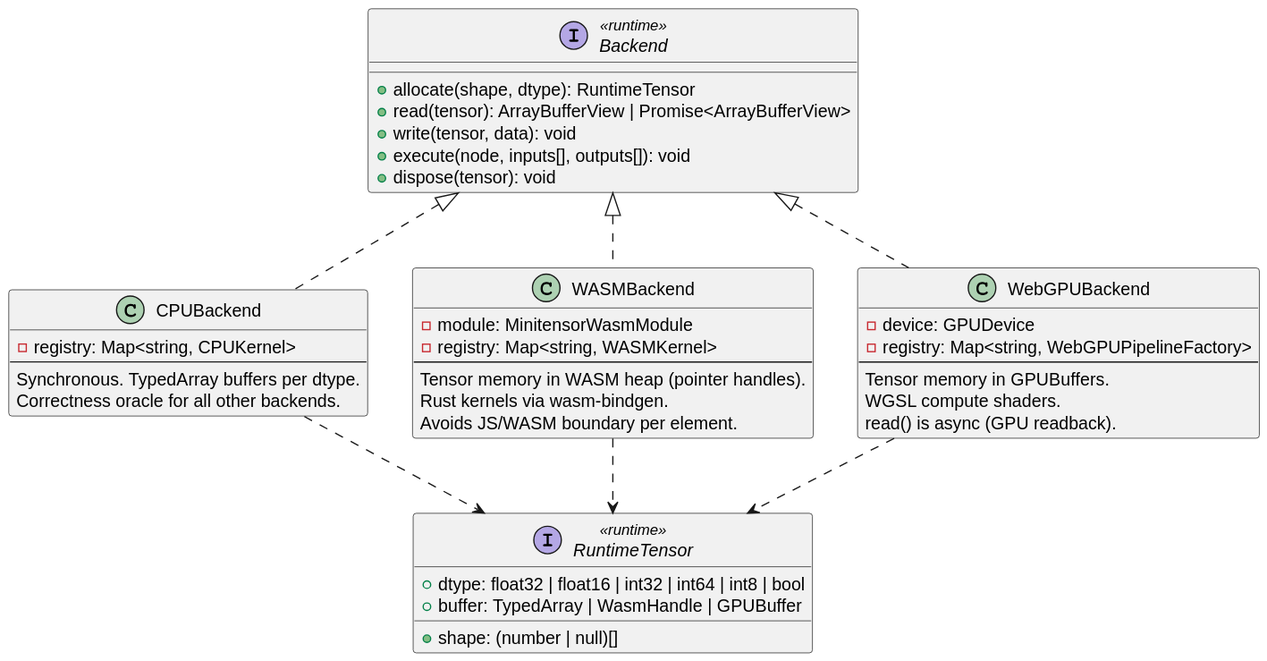
This is docs/diagrams/backend-internals.svg from hongjiaherng/webtensor, a PlantUML export, as it was before one commit. The source it was exported from:
```plantuml
@startuml
interface Backend <<runtime>> {
  + allocate(shape, dtype): RuntimeTensor
  + read(tensor): ArrayBufferView | Promise<ArrayBufferView>
  + write(tensor, data): void
  + execute(node, inputs[], outputs[]): void
  + dispose(tensor): void
}

class CPUBackend {
  - registry: Map<string, CPUKernel>
  --
  Synchronous. TypedArray buffers per dtype.
  Correctness oracle for all other backends.
}

class WASMBackend {
  - module: MinitensorWasmModule
  - registry: Map<string, WASMKernel>
  --
  Tensor memory in WASM heap (pointer handles).
  Rust kernels via wasm-bindgen.
  Avoids JS/WASM boundary per element.
}

class WebGPUBackend {
  - device: GPUDevice
  - registry: Map<string, WebGPUPipelineFactory>
  --
  Tensor memory in GPUBuffers.
  WGSL compute shaders.
  read() is async (GPU readback).
}

interface RuntimeTensor <<runtime>> {
  + shape: (number | null)[]
  + dtype: float32 | float16 | int32 | int64 | int8 | bool
  + buffer: TypedArray | WasmHandle | GPUBuffer
}

Backend <|.. CPUBackend
Backend <|.. WASMBackend
Backend <|.. WebGPUBackend
CPUBackend ..> RuntimeTensor
WASMBackend ..> RuntimeTensor
WebGPUBackend ..> RuntimeTensor
@enduml
```
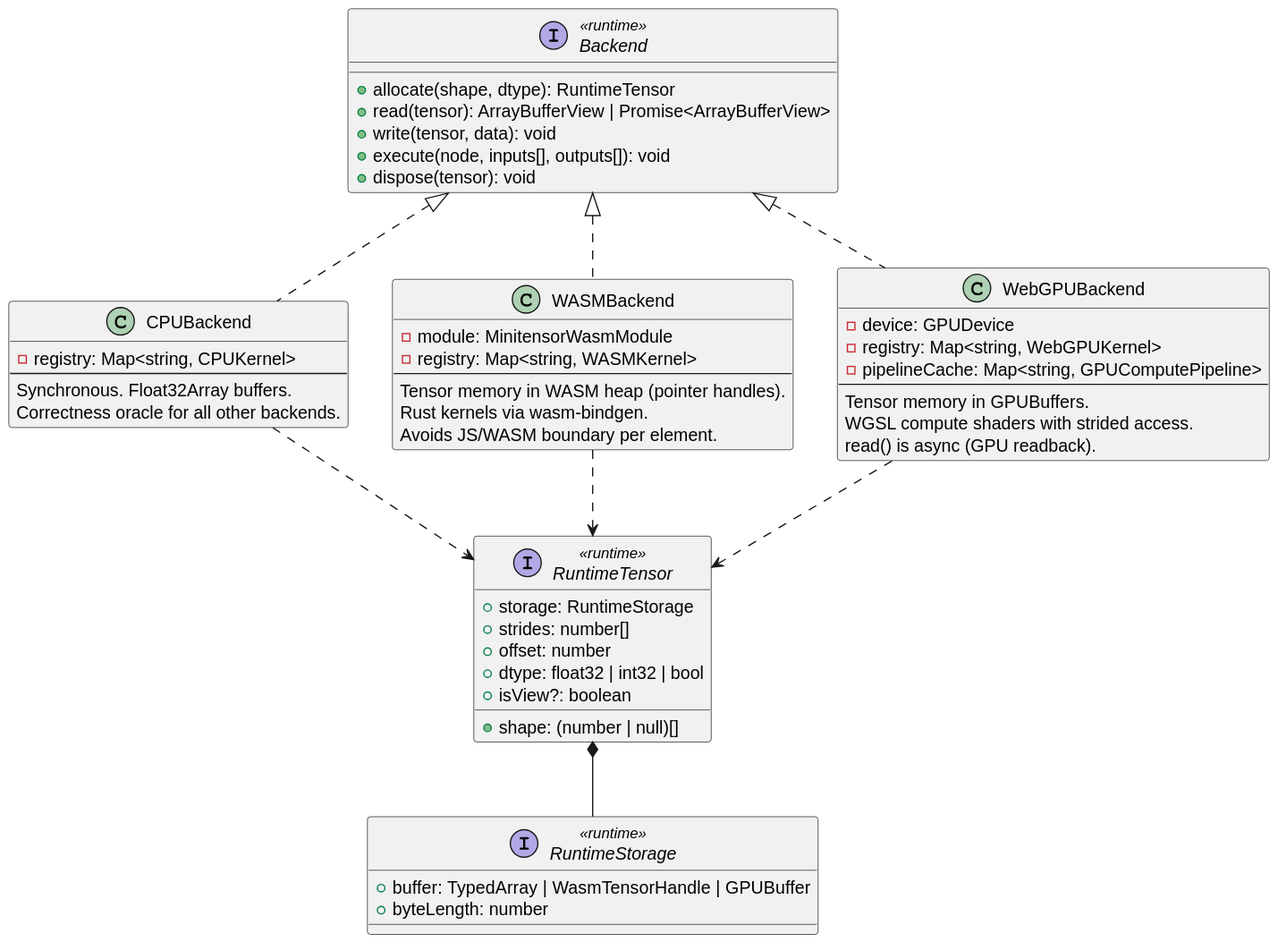
Later version of the same file.

What changed in the source:
```diff
@@ -7,10 +7,24 @@
   + dispose(tensor): void
 }
 
+interface RuntimeStorage <<runtime>> {
+  + buffer: TypedArray | WasmTensorHandle | GPUBuffer
+  + byteLength: number
+}
+
+interface RuntimeTensor <<runtime>> {
+  + storage: RuntimeStorage
+  + shape: (number | null)[]
+  + strides: number[]
+  + offset: number
+  + dtype: float32 | int32 | bool
+  + isView?: boolean
+}
+
 class CPUBackend {
   - registry: Map<string, CPUKernel>
   --
-  Synchronous. TypedArray buffers per dtype.
+  Synchronous. Float32Array buffers.
   Correctness oracle for all other backends.
 }
 
@@ -25,18 +39,15 @@
 
 class WebGPUBackend {
   - device: GPUDevice
-  - registry: Map<string, WebGPUPipelineFactory>
+  - registry: Map<string, WebGPUKernel>
+  - pipelineCache: Map<string, GPUComputePipeline>
   --
   Tensor memory in GPUBuffers.
-  WGSL compute shaders.
+  WGSL compute shaders with strided access.
   read() is async (GPU readback).
 }
 
-interface RuntimeTensor <<runtime>> {
-  + shape: (number | null)[]
-  + dtype: float32 | float16 | int32 | int64 | int8 | bool
-  + buffer: TypedArray | WasmHandle | GPUBuffer
-}
+RuntimeTensor *-- RuntimeStorage
 
 Backend <|.. CPUBackend
 Backend <|.. WASMBackend
```
